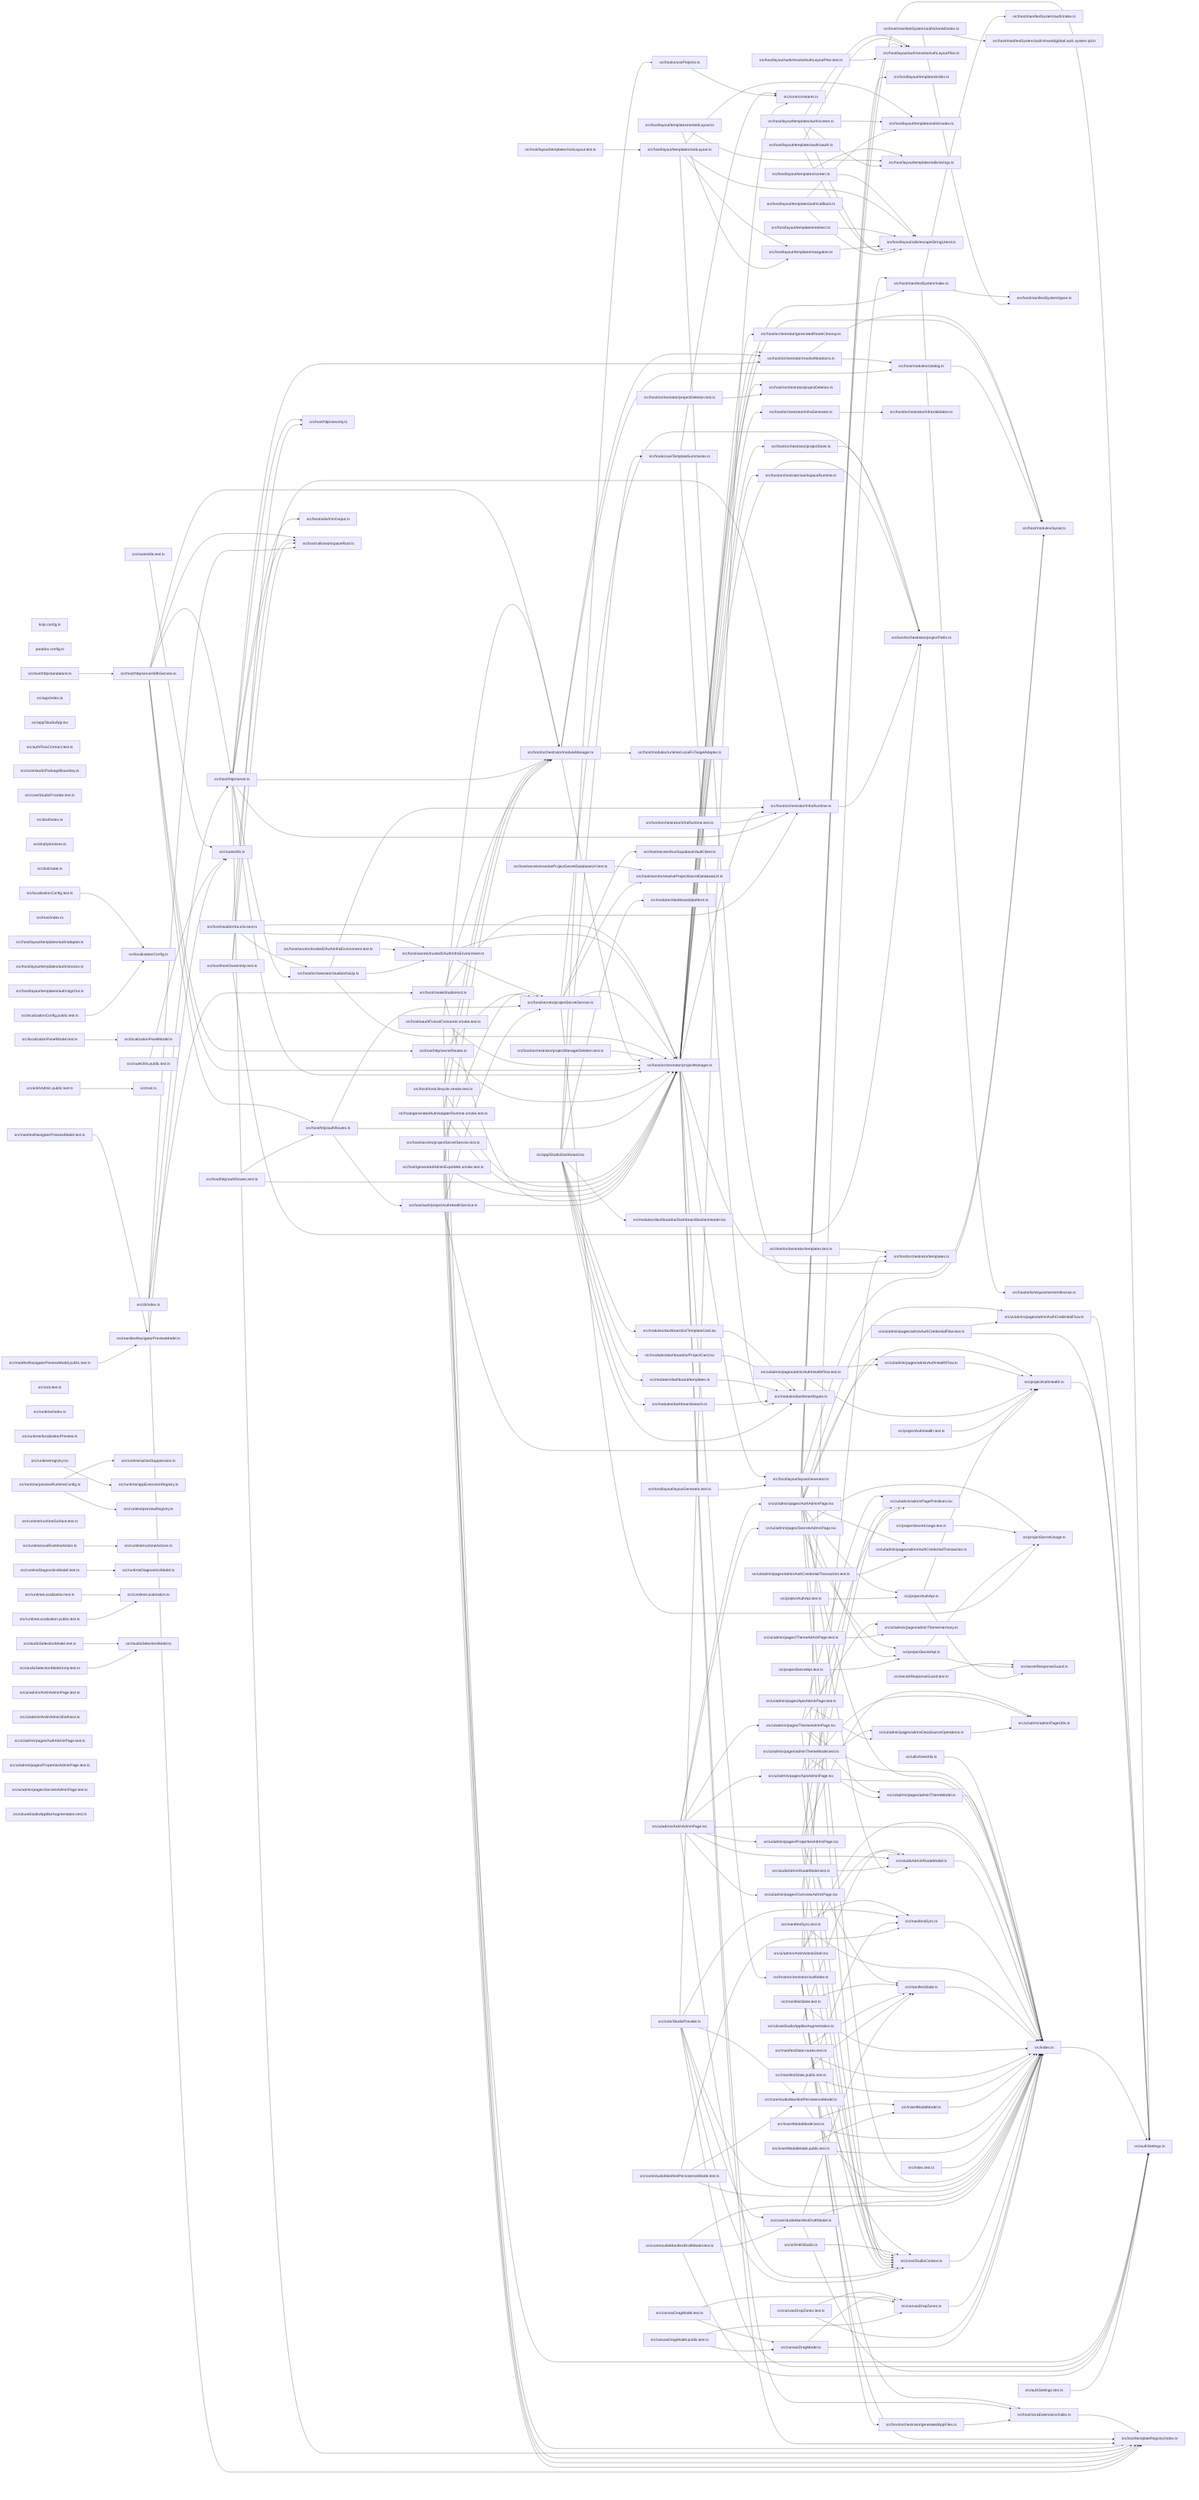
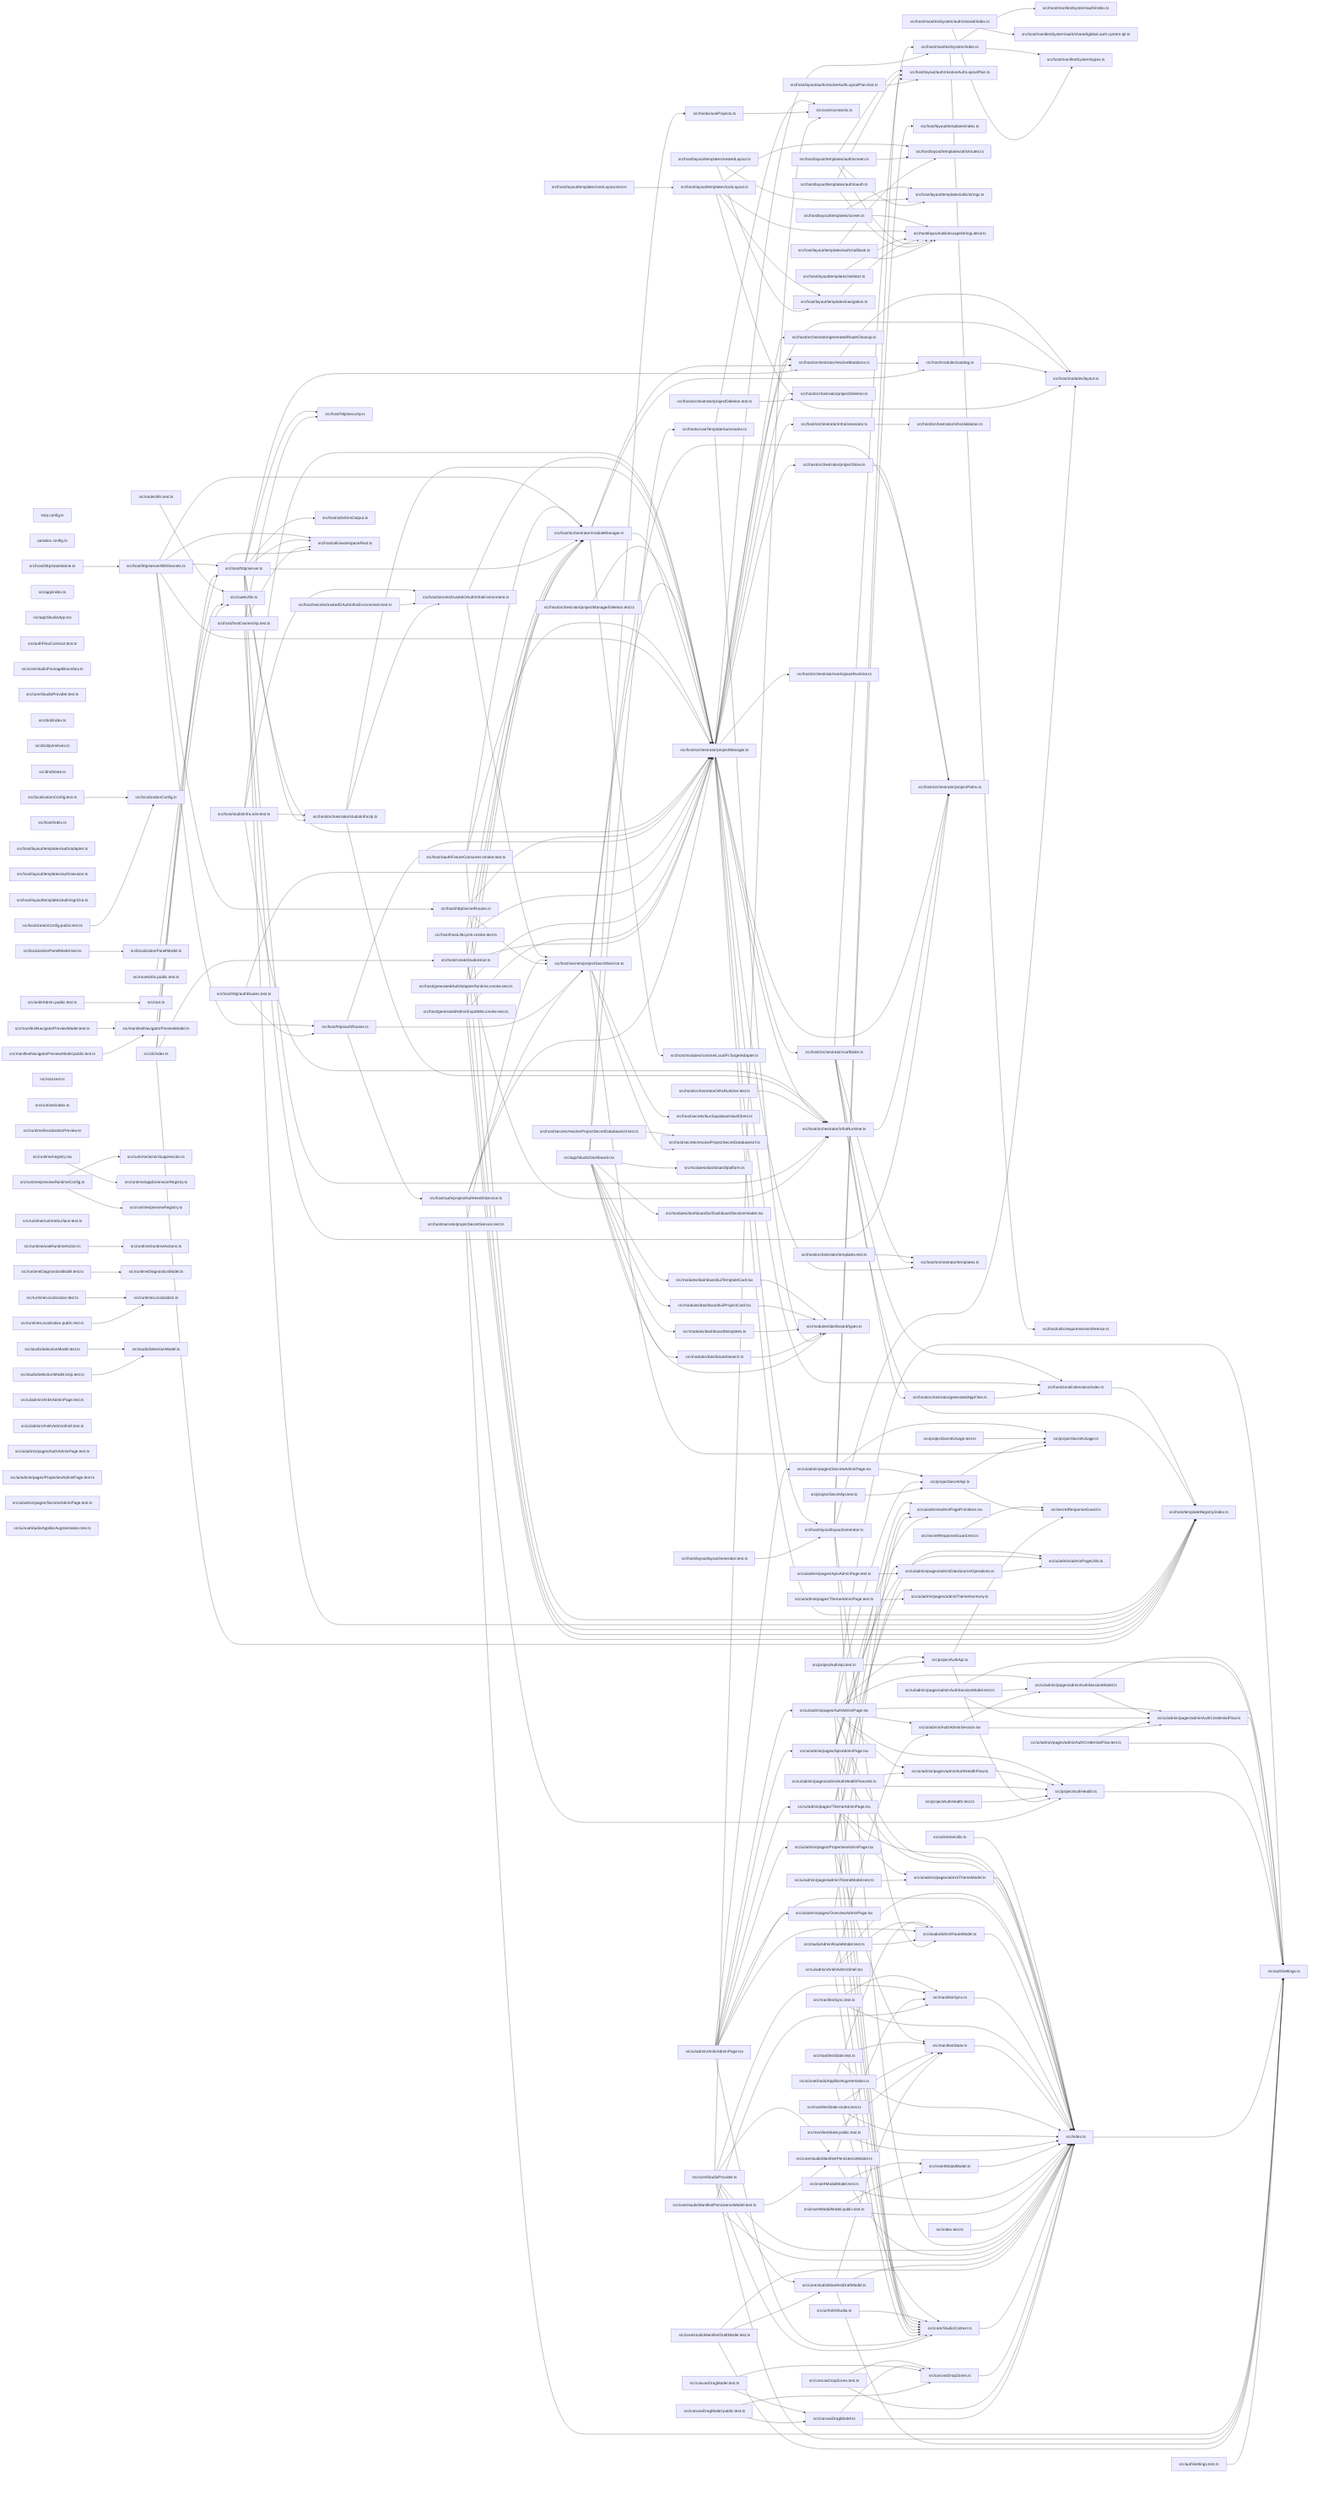
graph LR
  module_knip_config_ts["knip.config.ts"]
  module_paradox_config_ts["paradox.config.ts"]
  module_src_ankhAdmin_public_test_ts["src/ankhAdmin.public.test.ts"]
  module_src_app_index_ts["src/app/index.ts"]
  module_src_app_StudioApp_tsx["src/app/StudioApp.tsx"]
  module_src_app_StudioDashboard_tsx["src/app/StudioDashboard.tsx"]
  module_src_authFlowContract_test_ts["src/authFlowContract.test.ts"]
  module_src_authSettings_test_ts["src/authSettings.test.ts"]
  module_src_authSettings_ts["src/authSettings.ts"]
  module_src_canvasDragModel_public_test_ts["src/canvasDragModel.public.test.ts"]
  module_src_canvasDragModel_test_ts["src/canvasDragModel.test.ts"]
  module_src_canvasDragModel_ts["src/canvasDragModel.ts"]
  module_src_canvasDropZones_test_ts["src/canvasDropZones.test.ts"]
  module_src_canvasDropZones_ts["src/canvasDropZones.ts"]
  module_src_cli_index_ts["src/cli/index.ts"]
  module_src_core_constants_ts["src/core/constants.ts"]
  module_src_core_StudioContext_ts["src/core/StudioContext.ts"]
  module_src_core_studioManifestDraftModel_test_ts["src/core/studioManifestDraftModel.test.ts"]
  module_src_core_studioManifestDraftModel_ts["src/core/studioManifestDraftModel.ts"]
  module_src_core_studioManifestPersistenceModel_test_ts["src/core/studioManifestPersistenceModel.test.ts"]
  module_src_core_studioManifestPersistenceModel_ts["src/core/studioManifestPersistenceModel.ts"]
  module_src_core_studioPackageBoundary_ts["src/core/studioPackageBoundary.ts"]
  module_src_core_StudioProvider_test_ts["src/core/StudioProvider.test.ts"]
  module_src_core_StudioProvider_ts["src/core/StudioProvider.ts"]
  module_src_dnd_index_ts["src/dnd/index.ts"]
  module_src_dnd_primitives_ts["src/dnd/primitives.ts"]
  module_src_dnd_state_ts["src/dnd/state.ts"]
  module_src_hooks_useProjects_ts["src/hooks/useProjects.ts"]
  module_src_hooks_useTemplateSummaries_ts["src/hooks/useTemplateSummaries.ts"]
  module_src_host_auth_projectAuthHealthService_ts["src/host/auth/projectAuthHealthService.ts"]
  module_src_host_createStudioHost_ts["src/host/createStudioHost.ts"]
  module_src_host_generatedAdminExpoWeb_smoke_test_ts["src/host/generatedAdminExpoWeb.smoke.test.ts"]
  module_src_host_generatedAuthAdapterRuntime_smoke_test_ts["src/host/generatedAuthAdapterRuntime.smoke.test.ts"]
  module_src_host_hostLifecycle_smoke_test_ts["src/host/hostLifecycle.smoke.test.ts"]
  module_src_host_hostOwnership_test_ts["src/host/hostOwnership.test.ts"]
  module_src_host_http_authRoutes_test_ts["src/host/http/authRoutes.test.ts"]
  module_src_host_http_authRoutes_ts["src/host/http/authRoutes.ts"]
  module_src_host_http_secretRoutes_ts["src/host/http/secretRoutes.ts"]
  module_src_host_http_security_ts["src/host/http/security.ts"]
  module_src_host_http_server_ts["src/host/http/server.ts"]
  module_src_host_http_serverWithSecrets_ts["src/host/http/serverWithSecrets.ts"]
  module_src_host_http_standalone_ts["src/host/http/standalone.ts"]
  module_src_host_index_ts["src/host/index.ts"]
  module_src_host_layout_auth_resolveAuthLayoutPlan_test_ts["src/host/layout/auth/resolveAuthLayoutPlan.test.ts"]
  module_src_host_layout_auth_resolveAuthLayoutPlan_ts["src/host/layout/auth/resolveAuthLayoutPlan.ts"]
  module_src_host_layout_layoutGenerator_test_ts["src/host/layout/layoutGenerator.test.ts"]
  module_src_host_layout_layoutGenerator_ts["src/host/layout/layoutGenerator.ts"]
  module_src_host_layout_templates_auth_adapter_ts["src/host/layout/templates/auth/adapter.ts"]
  module_src_host_layout_templates_auth_callback_ts["src/host/layout/templates/auth/callback.ts"]
  module_src_host_layout_templates_auth_oauth_ts["src/host/layout/templates/auth/oauth.ts"]
  module_src_host_layout_templates_auth_screen_ts["src/host/layout/templates/auth/screen.ts"]
  module_src_host_layout_templates_auth_session_ts["src/host/layout/templates/auth/session.ts"]
  module_src_host_layout_templates_auth_signOut_ts["src/host/layout/templates/auth/signOut.ts"]
  module_src_host_layout_templates_index_ts["src/host/layout/templates/index.ts"]
  module_src_host_layout_templates_navigation_ts["src/host/layout/templates/navigation.ts"]
  module_src_host_layout_templates_nestedLayout_ts["src/host/layout/templates/nestedLayout.ts"]
  module_src_host_layout_templates_redirect_ts["src/host/layout/templates/redirect.ts"]
  module_src_host_layout_templates_rootLayout_test_ts["src/host/layout/templates/rootLayout.test.ts"]
  module_src_host_layout_templates_rootLayout_ts["src/host/layout/templates/rootLayout.ts"]
  module_src_host_layout_templates_screen_ts["src/host/layout/templates/screen.ts"]
  module_src_host_layout_templates_utils_routes_ts["src/host/layout/templates/utils/routes.ts"]
  module_src_host_layout_templates_utils_strings_ts["src/host/layout/templates/utils/strings.ts"]
  module_src_host_layout_utils_escapeStringLiteral_ts["src/host/layout/utils/escapeStringLiteral.ts"]
  module_src_host_manifestSystem_auth_index_ts["src/host/manifestSystem/auth/index.ts"]
  module_src_host_manifestSystem_auth_shared_global_auth_system_tpl_ts["src/host/manifestSystem/auth/shared/global.auth.system.tpl.ts"]
  module_src_host_manifestSystem_auth_shared_index_ts["src/host/manifestSystem/auth/shared/index.ts"]
  module_src_host_manifestSystem_index_ts["src/host/manifestSystem/index.ts"]
  module_src_host_manifestSystem_types_ts["src/host/manifestSystem/types.ts"]
  module_src_host_modules_catalog_ts["src/host/modules/catalog.ts"]
  module_src_host_modules_layout_ts["src/host/modules/layout.ts"]
  module_src_host_modules_runtime_LocalFsTargetAdapter_ts["src/host/modules/runtime/LocalFsTargetAdapter.ts"]
  module_src_host_oauthFixtureConsumer_smoke_test_ts["src/host/oauthFixtureConsumer.smoke.test.ts"]
  module_src_host_orchestrator_generatedAppFiles_ts["src/host/orchestrator/generatedAppFiles.ts"]
  module_src_host_orchestrator_generatedRouteCleanup_ts["src/host/orchestrator/generatedRouteCleanup.ts"]
  module_src_host_orchestrator_infraGenerator_ts["src/host/orchestrator/infraGenerator.ts"]
  module_src_host_orchestrator_infraRuntime_test_ts["src/host/orchestrator/infraRuntime.test.ts"]
  module_src_host_orchestrator_infraRuntime_ts["src/host/orchestrator/infraRuntime.ts"]
  module_src_host_orchestrator_infraValidation_ts["src/host/orchestrator/infraValidation.ts"]
  module_src_host_orchestrator_moduleManager_ts["src/host/orchestrator/moduleManager.ts"]
  module_src_host_orchestrator_projectDeletion_test_ts["src/host/orchestrator/projectDeletion.test.ts"]
  module_src_host_orchestrator_projectDeletion_ts["src/host/orchestrator/projectDeletion.ts"]
  module_src_host_orchestrator_projectManager_ts["src/host/orchestrator/projectManager.ts"]
  module_src_host_orchestrator_projectManagerDeletion_test_ts["src/host/orchestrator/projectManagerDeletion.test.ts"]
  module_src_host_orchestrator_projectPaths_ts["src/host/orchestrator/projectPaths.ts"]
  module_src_host_orchestrator_projectStore_ts["src/host/orchestrator/projectStore.ts"]
  module_src_host_orchestrator_resolveMutations_ts["src/host/orchestrator/resolveMutations.ts"]
  module_src_host_orchestrator_scaffolder_ts["src/host/orchestrator/scaffolder.ts"]
  module_src_host_orchestrator_studioInfraUp_ts["src/host/orchestrator/studioInfraUp.ts"]
  module_src_host_orchestrator_templates_test_ts["src/host/orchestrator/templates.test.ts"]
  module_src_host_orchestrator_templates_ts["src/host/orchestrator/templates.ts"]
  module_src_host_orchestrator_workspaceRuntime_ts["src/host/orchestrator/workspaceRuntime.ts"]
  module_src_host_secrets_bunSupabaseVaultClient_ts["src/host/secrets/bunSupabaseVaultClient.ts"]
  module_src_host_secrets_projectSecretService_test_ts["src/host/secrets/projectSecretService.test.ts"]
  module_src_host_secrets_projectSecretService_ts["src/host/secrets/projectSecretService.ts"]
  module_src_host_secrets_resolveProjectSecretDatabaseUrl_test_ts["src/host/secrets/resolveProjectSecretDatabaseUrl.test.ts"]
  module_src_host_secrets_resolveProjectSecretDatabaseUrl_ts["src/host/secrets/resolveProjectSecretDatabaseUrl.ts"]
  module_src_host_secrets_trustedOAuthInfraEnvironment_test_ts["src/host/secrets/trustedOAuthInfraEnvironment.test.ts"]
  module_src_host_secrets_trustedOAuthInfraEnvironment_ts["src/host/secrets/trustedOAuthInfraEnvironment.ts"]
  module_src_host_studioInfra_e2e_test_ts["src/host/studioInfra.e2e.test.ts"]
  module_src_host_templateRegistry_index_ts["src/host/templateRegistry/index.ts"]
  module_src_host_utils_requirementsInference_ts["src/host/utils/requirementsInference.ts"]
  module_src_host_utils_trimOutput_ts["src/host/utils/trimOutput.ts"]
  module_src_host_utils_workspaceRoot_ts["src/host/utils/workspaceRoot.ts"]
  module_src_host_zoraExtensions_index_ts["src/host/zoraExtensions/index.ts"]
  module_src_index_test_ts["src/index.test.ts"]
  module_src_index_ts["src/index.ts"]
  module_src_insertModalModel_public_test_ts["src/insertModalModel.public.test.ts"]
  module_src_insertModalModel_test_ts["src/insertModalModel.test.ts"]
  module_src_insertModalModel_ts["src/insertModalModel.ts"]
  module_src_localizationConfig_public_test_ts["src/localizationConfig.public.test.ts"]
  module_src_localizationConfig_test_ts["src/localizationConfig.test.ts"]
  module_src_localizationConfig_ts["src/localizationConfig.ts"]
  module_src_localizationPanelModel_test_ts["src/localizationPanelModel.test.ts"]
  module_src_localizationPanelModel_ts["src/localizationPanelModel.ts"]
  module_src_manifestNavigatorPreviewModel_public_test_ts["src/manifestNavigatorPreviewModel.public.test.ts"]
  module_src_manifestNavigatorPreviewModel_test_ts["src/manifestNavigatorPreviewModel.test.ts"]
  module_src_manifestNavigatorPreviewModel_ts["src/manifestNavigatorPreviewModel.ts"]
  module_src_manifestState_public_test_ts["src/manifestState.public.test.ts"]
  module_src_manifestState_routes_test_ts["src/manifestState.routes.test.ts"]
  module_src_manifestState_test_ts["src/manifestState.test.ts"]
  module_src_manifestState_ts["src/manifestState.ts"]
  module_src_manifestSync_test_ts["src/manifestSync.test.ts"]
  module_src_manifestSync_ts["src/manifestSync.ts"]
  module_src_modules_dashboard_platform_ts["src/modules/dashboard/platform.ts"]
  module_src_modules_dashboard_search_ts["src/modules/dashboard/search.ts"]
  module_src_modules_dashboard_templates_ts["src/modules/dashboard/templates.ts"]
  module_src_modules_dashboard_types_ts["src/modules/dashboard/types.ts"]
  module_src_modules_dashboard_ui_DashboardSectionHeader_tsx["src/modules/dashboard/ui/DashboardSectionHeader.tsx"]
  module_src_modules_dashboard_ui_ProjectCard_tsx["src/modules/dashboard/ui/ProjectCard.tsx"]
  module_src_modules_dashboard_ui_TemplateCard_tsx["src/modules/dashboard/ui/TemplateCard.tsx"]
  module_src_projectAuthApi_test_ts["src/projectAuthApi.test.ts"]
  module_src_projectAuthApi_ts["src/projectAuthApi.ts"]
  module_src_projectAuthHealth_test_ts["src/projectAuthHealth.test.ts"]
  module_src_projectAuthHealth_ts["src/projectAuthHealth.ts"]
  module_src_projectSecretApi_test_ts["src/projectSecretApi.test.ts"]
  module_src_projectSecretApi_ts["src/projectSecretApi.ts"]
  module_src_projectSecretUsage_test_ts["src/projectSecretUsage.test.ts"]
  module_src_projectSecretUsage_ts["src/projectSecretUsage.ts"]
  module_src_root_test_ts["src/root.test.ts"]
  module_src_root_ts["src/root.ts"]
  module_src_routeUtils_public_test_ts["src/routeUtils.public.test.ts"]
  module_src_routeUtils_test_ts["src/routeUtils.test.ts"]
  module_src_routeUtils_ts["src/routeUtils.ts"]
  module_src_runtime_actionSuppression_ts["src/runtime/actionSuppression.ts"]
  module_src_runtime_appExtensionRegistry_ts["src/runtime/appExtensionRegistry.ts"]
  module_src_runtime_index_ts["src/runtime/index.ts"]
  module_src_runtime_localizationPreview_ts["src/runtime/localizationPreview.ts"]
  module_src_runtime_previewRegistry_ts["src/runtime/previewRegistry.ts"]
  module_src_runtime_previewRuntimeConfig_ts["src/runtime/previewRuntimeConfig.ts"]
  module_src_runtime_registry_tsx["src/runtime/registry.tsx"]
  module_src_runtime_runtimeActions_ts["src/runtime/runtimeActions.ts"]
  module_src_runtime_runtimeSurface_test_ts["src/runtime/runtimeSurface.test.ts"]
  module_src_runtime_useRuntimeAction_ts["src/runtime/useRuntimeAction.ts"]
  module_src_runtimeDiagnosticsModel_test_ts["src/runtimeDiagnosticsModel.test.ts"]
  module_src_runtimeDiagnosticsModel_ts["src/runtimeDiagnosticsModel.ts"]
  module_src_runtimeLocalization_public_test_ts["src/runtimeLocalization.public.test.ts"]
  module_src_runtimeLocalization_test_ts["src/runtimeLocalization.test.ts"]
  module_src_runtimeLocalization_ts["src/runtimeLocalization.ts"]
  module_src_secretResponseGuard_test_ts["src/secretResponseGuard.test.ts"]
  module_src_secretResponseGuard_ts["src/secretResponseGuard.ts"]
  module_src_studioAdminRouteModel_test_ts["src/studioAdminRouteModel.test.ts"]
  module_src_studioAdminRouteModel_ts["src/studioAdminRouteModel.ts"]
  module_src_studioSelectionModel_knip_test_ts["src/studioSelectionModel.knip.test.ts"]
  module_src_studioSelectionModel_test_ts["src/studioSelectionModel.test.ts"]
  module_src_studioSelectionModel_ts["src/studioSelectionModel.ts"]
  module_src_ui_admin_adminPagePrimitives_tsx["src/ui/admin/adminPagePrimitives.tsx"]
  module_src_ui_admin_adminPageUtils_ts["src/ui/admin/adminPageUtils.ts"]
  module_src_ui_admin_AnkhAdminPage_test_ts["src/ui/admin/AnkhAdminPage.test.ts"]
  module_src_ui_admin_AnkhAdminPage_tsx["src/ui/admin/AnkhAdminPage.tsx"]
  module_src_ui_admin_AnkhAdminShell_test_ts["src/ui/admin/AnkhAdminShell.test.ts"]
  module_src_ui_admin_AnkhAdminShell_tsx["src/ui/admin/AnkhAdminShell.tsx"]
+   module_src_ui_admin_AuthAdminSession_tsx["src/ui/admin/AuthAdminSession.tsx"]
  module_src_ui_admin_pages_adminAuthCredentialFlow_test_ts["src/ui/admin/pages/adminAuthCredentialFlow.test.ts"]
  module_src_ui_admin_pages_adminAuthCredentialFlow_ts["src/ui/admin/pages/adminAuthCredentialFlow.ts"]
-   module_src_ui_admin_pages_adminAuthCredentialTransaction_test_ts["src/ui/admin/pages/adminAuthCredentialTransaction.test.ts"]
-   module_src_ui_admin_pages_adminAuthCredentialTransaction_ts["src/ui/admin/pages/adminAuthCredentialTransaction.ts"]
  module_src_ui_admin_pages_adminAuthHealthFlow_test_ts["src/ui/admin/pages/adminAuthHealthFlow.test.ts"]
  module_src_ui_admin_pages_adminAuthHealthFlow_ts["src/ui/admin/pages/adminAuthHealthFlow.ts"]
+   module_src_ui_admin_pages_adminAuthSessionModel_test_ts["src/ui/admin/pages/adminAuthSessionModel.test.ts"]
+   module_src_ui_admin_pages_adminAuthSessionModel_ts["src/ui/admin/pages/adminAuthSessionModel.ts"]
  module_src_ui_admin_pages_adminDataSourceOperations_ts["src/ui/admin/pages/adminDataSourceOperations.ts"]
  module_src_ui_admin_pages_adminThemeHarmony_ts["src/ui/admin/pages/adminThemeHarmony.ts"]
  module_src_ui_admin_pages_adminThemeModel_test_ts["src/ui/admin/pages/adminThemeModel.test.ts"]
  module_src_ui_admin_pages_adminThemeModel_ts["src/ui/admin/pages/adminThemeModel.ts"]
  module_src_ui_admin_pages_ApisAdminPage_test_ts["src/ui/admin/pages/ApisAdminPage.test.ts"]
  module_src_ui_admin_pages_ApisAdminPage_tsx["src/ui/admin/pages/ApisAdminPage.tsx"]
  module_src_ui_admin_pages_AuthAdminPage_test_ts["src/ui/admin/pages/AuthAdminPage.test.ts"]
  module_src_ui_admin_pages_AuthAdminPage_tsx["src/ui/admin/pages/AuthAdminPage.tsx"]
  module_src_ui_admin_pages_OverviewAdminPage_tsx["src/ui/admin/pages/OverviewAdminPage.tsx"]
  module_src_ui_admin_pages_PropertiesAdminPage_test_ts["src/ui/admin/pages/PropertiesAdminPage.test.ts"]
  module_src_ui_admin_pages_PropertiesAdminPage_tsx["src/ui/admin/pages/PropertiesAdminPage.tsx"]
  module_src_ui_admin_pages_SecretsAdminPage_test_ts["src/ui/admin/pages/SecretsAdminPage.test.ts"]
  module_src_ui_admin_pages_SecretsAdminPage_tsx["src/ui/admin/pages/SecretsAdminPage.tsx"]
  module_src_ui_admin_pages_ThemeAdminPage_test_ts["src/ui/admin/pages/ThemeAdminPage.test.ts"]
  module_src_ui_admin_pages_ThemeAdminPage_tsx["src/ui/admin/pages/ThemeAdminPage.tsx"]
  module_src_ui_AnkhStudio_ts["src/ui/AnkhStudio.ts"]
  module_src_ui_useStudioAppBarAugmentation_test_ts["src/ui/useStudioAppBarAugmentation.test.ts"]
  module_src_ui_useStudioAppBarAugmentation_ts["src/ui/useStudioAppBarAugmentation.ts"]
  module_src_utils_treeUtils_ts["src/utils/treeUtils.ts"]
  module_src_ankhAdmin_public_test_ts --> module_src_root_ts
  module_src_app_StudioDashboard_tsx --> module_src_hooks_useProjects_ts
  module_src_app_StudioDashboard_tsx --> module_src_hooks_useTemplateSummaries_ts
  module_src_app_StudioDashboard_tsx --> module_src_modules_dashboard_platform_ts
  module_src_app_StudioDashboard_tsx --> module_src_modules_dashboard_search_ts
  module_src_app_StudioDashboard_tsx --> module_src_modules_dashboard_templates_ts
  module_src_app_StudioDashboard_tsx --> module_src_modules_dashboard_types_ts
  module_src_app_StudioDashboard_tsx --> module_src_modules_dashboard_ui_DashboardSectionHeader_tsx
  module_src_app_StudioDashboard_tsx --> module_src_modules_dashboard_ui_ProjectCard_tsx
  module_src_app_StudioDashboard_tsx --> module_src_modules_dashboard_ui_TemplateCard_tsx
  module_src_authSettings_test_ts --> module_src_authSettings_ts
  module_src_canvasDragModel_public_test_ts --> module_src_canvasDragModel_ts
  module_src_canvasDragModel_public_test_ts --> module_src_canvasDropZones_ts
  module_src_canvasDragModel_test_ts --> module_src_canvasDragModel_ts
  module_src_canvasDragModel_test_ts --> module_src_canvasDropZones_ts
  module_src_canvasDragModel_ts --> module_src_canvasDropZones_ts
  module_src_canvasDragModel_ts --> module_src_index_ts
  module_src_canvasDropZones_test_ts --> module_src_canvasDropZones_ts
  module_src_canvasDropZones_test_ts --> module_src_index_ts
  module_src_canvasDropZones_ts --> module_src_index_ts
  module_src_cli_index_ts --> module_src_host_createStudioHost_ts
  module_src_cli_index_ts --> module_src_host_http_server_ts
  module_src_cli_index_ts --> module_src_host_templateRegistry_index_ts
  module_src_cli_index_ts --> module_src_host_utils_workspaceRoot_ts
  module_src_core_StudioContext_ts --> module_src_index_ts
  module_src_core_studioManifestDraftModel_test_ts --> module_src_authSettings_ts
  module_src_core_studioManifestDraftModel_test_ts --> module_src_core_studioManifestDraftModel_ts
  module_src_core_studioManifestDraftModel_test_ts --> module_src_index_ts
  module_src_core_studioManifestDraftModel_ts --> module_src_authSettings_ts
  module_src_core_studioManifestDraftModel_ts --> module_src_index_ts
  module_src_core_studioManifestDraftModel_ts --> module_src_manifestState_ts
  module_src_core_studioManifestPersistenceModel_test_ts --> module_src_core_studioManifestPersistenceModel_ts
  module_src_core_studioManifestPersistenceModel_test_ts --> module_src_index_ts
  module_src_core_studioManifestPersistenceModel_test_ts --> module_src_manifestSync_ts
  module_src_core_studioManifestPersistenceModel_ts --> module_src_index_ts
  module_src_core_studioManifestPersistenceModel_ts --> module_src_manifestSync_ts
  module_src_core_StudioProvider_ts --> module_src_authSettings_ts
  module_src_core_StudioProvider_ts --> module_src_core_constants_ts
  module_src_core_StudioProvider_ts --> module_src_core_StudioContext_ts
  module_src_core_StudioProvider_ts --> module_src_core_studioManifestDraftModel_ts
  module_src_core_StudioProvider_ts --> module_src_core_studioManifestPersistenceModel_ts
  module_src_core_StudioProvider_ts --> module_src_index_ts
  module_src_core_StudioProvider_ts --> module_src_manifestSync_ts
  module_src_hooks_useProjects_ts --> module_src_core_constants_ts
  module_src_hooks_useTemplateSummaries_ts --> module_src_core_constants_ts
  module_src_hooks_useTemplateSummaries_ts --> module_src_modules_dashboard_types_ts
  module_src_host_auth_projectAuthHealthService_ts --> module_src_host_orchestrator_projectManager_ts
  module_src_host_auth_projectAuthHealthService_ts --> module_src_host_secrets_projectSecretService_ts
  module_src_host_auth_projectAuthHealthService_ts --> module_src_projectAuthHealth_ts
  module_src_host_createStudioHost_ts --> module_src_host_orchestrator_infraRuntime_ts
  module_src_host_createStudioHost_ts --> module_src_host_orchestrator_moduleManager_ts
  module_src_host_createStudioHost_ts --> module_src_host_orchestrator_projectManager_ts
  module_src_host_generatedAdminExpoWeb_smoke_test_ts --> module_src_host_orchestrator_moduleManager_ts
  module_src_host_generatedAdminExpoWeb_smoke_test_ts --> module_src_host_orchestrator_projectManager_ts
  module_src_host_generatedAdminExpoWeb_smoke_test_ts --> module_src_host_templateRegistry_index_ts
  module_src_host_generatedAuthAdapterRuntime_smoke_test_ts --> module_src_host_orchestrator_moduleManager_ts
  module_src_host_generatedAuthAdapterRuntime_smoke_test_ts --> module_src_host_orchestrator_projectManager_ts
  module_src_host_generatedAuthAdapterRuntime_smoke_test_ts --> module_src_host_templateRegistry_index_ts
  module_src_host_hostLifecycle_smoke_test_ts --> module_src_host_orchestrator_moduleManager_ts
  module_src_host_hostLifecycle_smoke_test_ts --> module_src_host_orchestrator_projectManager_ts
  module_src_host_hostLifecycle_smoke_test_ts --> module_src_host_templateRegistry_index_ts
  module_src_host_hostOwnership_test_ts --> module_src_host_http_security_ts
  module_src_host_hostOwnership_test_ts --> module_src_host_orchestrator_projectPaths_ts
  module_src_host_hostOwnership_test_ts --> module_src_host_utils_workspaceRoot_ts
  module_src_host_http_authRoutes_test_ts --> module_src_host_http_authRoutes_ts
  module_src_host_http_authRoutes_test_ts --> module_src_host_orchestrator_projectManager_ts
  module_src_host_http_authRoutes_ts --> module_src_host_auth_projectAuthHealthService_ts
  module_src_host_http_authRoutes_ts --> module_src_host_orchestrator_projectManager_ts
  module_src_host_http_authRoutes_ts --> module_src_host_secrets_projectSecretService_ts
  module_src_host_http_secretRoutes_ts --> module_src_host_orchestrator_projectManager_ts
  module_src_host_http_secretRoutes_ts --> module_src_host_secrets_projectSecretService_ts
  module_src_host_http_server_ts --> module_src_host_http_security_ts
  module_src_host_http_server_ts --> module_src_host_orchestrator_infraRuntime_ts
  module_src_host_http_server_ts --> module_src_host_orchestrator_moduleManager_ts
  module_src_host_http_server_ts --> module_src_host_orchestrator_projectManager_ts
  module_src_host_http_server_ts --> module_src_host_orchestrator_resolveMutations_ts
  module_src_host_http_server_ts --> module_src_host_orchestrator_studioInfraUp_ts
  module_src_host_http_server_ts --> module_src_host_templateRegistry_index_ts
  module_src_host_http_server_ts --> module_src_host_utils_trimOutput_ts
  module_src_host_http_server_ts --> module_src_host_utils_workspaceRoot_ts
  module_src_host_http_serverWithSecrets_ts --> module_src_host_http_authRoutes_ts
  module_src_host_http_serverWithSecrets_ts --> module_src_host_http_secretRoutes_ts
  module_src_host_http_serverWithSecrets_ts --> module_src_host_http_server_ts
  module_src_host_http_serverWithSecrets_ts --> module_src_host_orchestrator_moduleManager_ts
  module_src_host_http_serverWithSecrets_ts --> module_src_host_orchestrator_projectManager_ts
  module_src_host_http_serverWithSecrets_ts --> module_src_host_utils_workspaceRoot_ts
  module_src_host_http_standalone_ts --> module_src_host_http_serverWithSecrets_ts
  module_src_host_layout_auth_resolveAuthLayoutPlan_test_ts --> module_src_host_layout_auth_resolveAuthLayoutPlan_ts
  module_src_host_layout_layoutGenerator_test_ts --> module_src_host_layout_layoutGenerator_ts
  module_src_host_layout_layoutGenerator_ts --> module_src_host_layout_auth_resolveAuthLayoutPlan_ts
  module_src_host_layout_layoutGenerator_ts --> module_src_host_layout_templates_index_ts
  module_src_host_layout_layoutGenerator_ts --> module_src_host_modules_layout_ts
  module_src_host_layout_layoutGenerator_ts --> module_src_index_ts
  module_src_host_layout_layoutGenerator_ts --> module_src_studioAdminRouteModel_ts
  module_src_host_layout_templates_auth_callback_ts --> module_src_host_layout_templates_utils_routes_ts
  module_src_host_layout_templates_auth_callback_ts --> module_src_host_layout_utils_escapeStringLiteral_ts
  module_src_host_layout_templates_auth_oauth_ts --> module_src_host_layout_auth_resolveAuthLayoutPlan_ts
  module_src_host_layout_templates_auth_oauth_ts --> module_src_host_layout_utils_escapeStringLiteral_ts
  module_src_host_layout_templates_auth_screen_ts --> module_src_host_layout_auth_resolveAuthLayoutPlan_ts
  module_src_host_layout_templates_auth_screen_ts --> module_src_host_layout_templates_utils_routes_ts
  module_src_host_layout_templates_auth_screen_ts --> module_src_host_layout_templates_utils_strings_ts
  module_src_host_layout_templates_auth_screen_ts --> module_src_host_layout_utils_escapeStringLiteral_ts
  module_src_host_layout_templates_navigation_ts --> module_src_host_layout_utils_escapeStringLiteral_ts
  module_src_host_layout_templates_nestedLayout_ts --> module_src_host_layout_templates_navigation_ts
  module_src_host_layout_templates_nestedLayout_ts --> module_src_host_layout_templates_utils_strings_ts
  module_src_host_layout_templates_redirect_ts --> module_src_host_layout_utils_escapeStringLiteral_ts
  module_src_host_layout_templates_rootLayout_test_ts --> module_src_host_layout_templates_rootLayout_ts
  module_src_host_layout_templates_rootLayout_ts --> module_src_host_layout_templates_navigation_ts
  module_src_host_layout_templates_rootLayout_ts --> module_src_host_layout_templates_utils_routes_ts
  module_src_host_layout_templates_rootLayout_ts --> module_src_host_layout_utils_escapeStringLiteral_ts
  module_src_host_layout_templates_rootLayout_ts --> module_src_host_modules_layout_ts
  module_src_host_layout_templates_screen_ts --> module_src_host_layout_templates_utils_strings_ts
  module_src_host_layout_templates_screen_ts --> module_src_host_layout_utils_escapeStringLiteral_ts
  module_src_host_manifestSystem_auth_shared_index_ts --> module_src_host_manifestSystem_auth_shared_global_auth_system_tpl_ts
  module_src_host_manifestSystem_auth_shared_index_ts --> module_src_host_manifestSystem_types_ts
  module_src_host_manifestSystem_index_ts --> module_src_host_manifestSystem_auth_index_ts
  module_src_host_manifestSystem_index_ts --> module_src_host_manifestSystem_types_ts
  module_src_host_manifestSystem_index_ts --> module_src_host_utils_requirementsInference_ts
  module_src_host_modules_catalog_ts --> module_src_host_modules_layout_ts
  module_src_host_oauthFixtureConsumer_smoke_test_ts --> module_src_host_orchestrator_moduleManager_ts
  module_src_host_oauthFixtureConsumer_smoke_test_ts --> module_src_host_orchestrator_projectManager_ts
  module_src_host_oauthFixtureConsumer_smoke_test_ts --> module_src_host_templateRegistry_index_ts
  module_src_host_orchestrator_generatedAppFiles_ts --> module_src_host_zoraExtensions_index_ts
  module_src_host_orchestrator_infraGenerator_ts --> module_src_host_orchestrator_infraValidation_ts
  module_src_host_orchestrator_infraRuntime_test_ts --> module_src_host_orchestrator_infraRuntime_ts
  module_src_host_orchestrator_infraRuntime_ts --> module_src_host_orchestrator_projectPaths_ts
  module_src_host_orchestrator_moduleManager_ts --> module_src_host_modules_catalog_ts
  module_src_host_orchestrator_moduleManager_ts --> module_src_host_modules_runtime_LocalFsTargetAdapter_ts
  module_src_host_orchestrator_moduleManager_ts --> module_src_host_orchestrator_projectManager_ts
  module_src_host_orchestrator_moduleManager_ts --> module_src_host_orchestrator_resolveMutations_ts
  module_src_host_orchestrator_projectDeletion_test_ts --> module_src_host_orchestrator_projectDeletion_ts
  module_src_host_orchestrator_projectManager_ts --> module_src_host_layout_layoutGenerator_ts
  module_src_host_orchestrator_projectManager_ts --> module_src_host_manifestSystem_index_ts
  module_src_host_orchestrator_projectManager_ts --> module_src_host_modules_layout_ts
  module_src_host_orchestrator_projectManager_ts --> module_src_host_orchestrator_generatedRouteCleanup_ts
  module_src_host_orchestrator_projectManager_ts --> module_src_host_orchestrator_infraGenerator_ts
  module_src_host_orchestrator_projectManager_ts --> module_src_host_orchestrator_infraRuntime_ts
  module_src_host_orchestrator_projectManager_ts --> module_src_host_orchestrator_projectDeletion_ts
  module_src_host_orchestrator_projectManager_ts --> module_src_host_orchestrator_projectPaths_ts
  module_src_host_orchestrator_projectManager_ts --> module_src_host_orchestrator_projectStore_ts
  module_src_host_orchestrator_projectManager_ts --> module_src_host_orchestrator_resolveMutations_ts
  module_src_host_orchestrator_projectManager_ts --> module_src_host_orchestrator_scaffolder_ts
  module_src_host_orchestrator_projectManager_ts --> module_src_host_orchestrator_templates_ts
  module_src_host_orchestrator_projectManager_ts --> module_src_host_orchestrator_workspaceRuntime_ts
  module_src_host_orchestrator_projectManager_ts --> module_src_host_templateRegistry_index_ts
  module_src_host_orchestrator_projectManager_ts --> module_src_host_zoraExtensions_index_ts
  module_src_host_orchestrator_projectManagerDeletion_test_ts --> module_src_host_orchestrator_projectManager_ts
  module_src_host_orchestrator_projectStore_ts --> module_src_host_orchestrator_projectPaths_ts
  module_src_host_orchestrator_resolveMutations_ts --> module_src_host_modules_catalog_ts
  module_src_host_orchestrator_resolveMutations_ts --> module_src_host_modules_layout_ts
  module_src_host_orchestrator_scaffolder_ts --> module_src_host_manifestSystem_index_ts
  module_src_host_orchestrator_scaffolder_ts --> module_src_host_orchestrator_generatedAppFiles_ts
  module_src_host_orchestrator_scaffolder_ts --> module_src_host_orchestrator_templates_ts
  module_src_host_orchestrator_scaffolder_ts --> module_src_host_templateRegistry_index_ts
  module_src_host_orchestrator_scaffolder_ts --> module_src_host_zoraExtensions_index_ts
  module_src_host_orchestrator_studioInfraUp_ts --> module_src_host_orchestrator_infraRuntime_ts
  module_src_host_orchestrator_studioInfraUp_ts --> module_src_host_orchestrator_projectManager_ts
  module_src_host_orchestrator_studioInfraUp_ts --> module_src_host_secrets_trustedOAuthInfraEnvironment_ts
  module_src_host_orchestrator_templates_test_ts --> module_src_host_orchestrator_templates_ts
  module_src_host_secrets_projectSecretService_test_ts --> module_src_authSettings_ts
  module_src_host_secrets_projectSecretService_test_ts --> module_src_host_secrets_projectSecretService_ts
  module_src_host_secrets_projectSecretService_ts --> module_src_host_orchestrator_projectManager_ts
  module_src_host_secrets_projectSecretService_ts --> module_src_host_orchestrator_projectPaths_ts
  module_src_host_secrets_projectSecretService_ts --> module_src_host_secrets_bunSupabaseVaultClient_ts
  module_src_host_secrets_projectSecretService_ts --> module_src_host_secrets_resolveProjectSecretDatabaseUrl_ts
  module_src_host_secrets_projectSecretService_ts --> module_src_projectSecretUsage_ts
  module_src_host_secrets_resolveProjectSecretDatabaseUrl_test_ts --> module_src_host_secrets_resolveProjectSecretDatabaseUrl_ts
  module_src_host_secrets_trustedOAuthInfraEnvironment_test_ts --> module_src_host_secrets_trustedOAuthInfraEnvironment_ts
  module_src_host_secrets_trustedOAuthInfraEnvironment_ts --> module_src_host_orchestrator_projectManager_ts
  module_src_host_secrets_trustedOAuthInfraEnvironment_ts --> module_src_host_secrets_projectSecretService_ts
  module_src_host_studioInfra_e2e_test_ts --> module_src_host_orchestrator_infraRuntime_ts
  module_src_host_studioInfra_e2e_test_ts --> module_src_host_orchestrator_projectManager_ts
  module_src_host_studioInfra_e2e_test_ts --> module_src_host_orchestrator_studioInfraUp_ts
  module_src_host_studioInfra_e2e_test_ts --> module_src_host_secrets_trustedOAuthInfraEnvironment_ts
  module_src_host_zoraExtensions_index_ts --> module_src_host_templateRegistry_index_ts
  module_src_index_test_ts --> module_src_index_ts
  module_src_index_ts --> module_src_authSettings_ts
  module_src_insertModalModel_public_test_ts --> module_src_index_ts
  module_src_insertModalModel_public_test_ts --> module_src_insertModalModel_ts
  module_src_insertModalModel_test_ts --> module_src_index_ts
  module_src_insertModalModel_test_ts --> module_src_insertModalModel_ts
  module_src_insertModalModel_ts --> module_src_index_ts
  module_src_localizationConfig_public_test_ts --> module_src_localizationConfig_ts
  module_src_localizationConfig_test_ts --> module_src_localizationConfig_ts
  module_src_localizationPanelModel_test_ts --> module_src_localizationPanelModel_ts
  module_src_manifestNavigatorPreviewModel_public_test_ts --> module_src_manifestNavigatorPreviewModel_ts
  module_src_manifestNavigatorPreviewModel_test_ts --> module_src_manifestNavigatorPreviewModel_ts
  module_src_manifestNavigatorPreviewModel_ts --> module_src_routeUtils_ts
  module_src_manifestState_public_test_ts --> module_src_index_ts
  module_src_manifestState_public_test_ts --> module_src_manifestState_ts
  module_src_manifestState_routes_test_ts --> module_src_index_ts
  module_src_manifestState_routes_test_ts --> module_src_manifestState_ts
  module_src_manifestState_test_ts --> module_src_index_ts
  module_src_manifestState_test_ts --> module_src_manifestState_ts
  module_src_manifestState_ts --> module_src_index_ts
  module_src_manifestSync_test_ts --> module_src_index_ts
  module_src_manifestSync_test_ts --> module_src_manifestSync_ts
  module_src_manifestSync_ts --> module_src_index_ts
  module_src_modules_dashboard_search_ts --> module_src_modules_dashboard_types_ts
  module_src_modules_dashboard_templates_ts --> module_src_modules_dashboard_types_ts
  module_src_modules_dashboard_ui_ProjectCard_tsx --> module_src_modules_dashboard_types_ts
  module_src_modules_dashboard_ui_TemplateCard_tsx --> module_src_modules_dashboard_types_ts
  module_src_projectAuthApi_test_ts --> module_src_projectAuthApi_ts
  module_src_projectAuthApi_ts --> module_src_projectAuthHealth_ts
  module_src_projectAuthApi_ts --> module_src_secretResponseGuard_ts
  module_src_projectAuthHealth_test_ts --> module_src_projectAuthHealth_ts
  module_src_projectAuthHealth_ts --> module_src_authSettings_ts
  module_src_projectSecretApi_test_ts --> module_src_projectSecretApi_ts
  module_src_projectSecretApi_ts --> module_src_projectSecretUsage_ts
  module_src_projectSecretApi_ts --> module_src_secretResponseGuard_ts
  module_src_projectSecretUsage_test_ts --> module_src_projectSecretUsage_ts
  module_src_routeUtils_public_test_ts --> module_src_routeUtils_ts
  module_src_routeUtils_test_ts --> module_src_routeUtils_ts
  module_src_runtime_previewRuntimeConfig_ts --> module_src_runtime_actionSuppression_ts
  module_src_runtime_previewRuntimeConfig_ts --> module_src_runtime_previewRegistry_ts
  module_src_runtime_registry_tsx --> module_src_runtime_appExtensionRegistry_ts
  module_src_runtime_useRuntimeAction_ts --> module_src_runtime_runtimeActions_ts
  module_src_runtimeDiagnosticsModel_test_ts --> module_src_runtimeDiagnosticsModel_ts
  module_src_runtimeLocalization_public_test_ts --> module_src_runtimeLocalization_ts
  module_src_runtimeLocalization_test_ts --> module_src_runtimeLocalization_ts
  module_src_secretResponseGuard_test_ts --> module_src_secretResponseGuard_ts
  module_src_studioAdminRouteModel_test_ts --> module_src_studioAdminRouteModel_ts
  module_src_studioAdminRouteModel_ts --> module_src_index_ts
  module_src_studioSelectionModel_knip_test_ts --> module_src_studioSelectionModel_ts
  module_src_studioSelectionModel_test_ts --> module_src_studioSelectionModel_ts
  module_src_ui_admin_AnkhAdminPage_tsx --> module_src_core_StudioContext_ts
  module_src_ui_admin_AnkhAdminPage_tsx --> module_src_index_ts
  module_src_ui_admin_AnkhAdminPage_tsx --> module_src_studioAdminRouteModel_ts
  module_src_ui_admin_AnkhAdminPage_tsx --> module_src_ui_admin_pages_ApisAdminPage_tsx
  module_src_ui_admin_AnkhAdminPage_tsx --> module_src_ui_admin_pages_AuthAdminPage_tsx
  module_src_ui_admin_AnkhAdminPage_tsx --> module_src_ui_admin_pages_OverviewAdminPage_tsx
  module_src_ui_admin_AnkhAdminPage_tsx --> module_src_ui_admin_pages_PropertiesAdminPage_tsx
  module_src_ui_admin_AnkhAdminPage_tsx --> module_src_ui_admin_pages_SecretsAdminPage_tsx
  module_src_ui_admin_AnkhAdminPage_tsx --> module_src_ui_admin_pages_ThemeAdminPage_tsx
  module_src_ui_admin_AnkhAdminShell_tsx --> module_src_core_StudioContext_ts
  module_src_ui_admin_AnkhAdminShell_tsx --> module_src_index_ts
  module_src_ui_admin_AnkhAdminShell_tsx --> module_src_studioAdminRouteModel_ts
+   module_src_ui_admin_AnkhAdminShell_tsx --> module_src_ui_admin_AuthAdminSession_tsx
+   module_src_ui_admin_AuthAdminSession_tsx --> module_src_ui_admin_pages_adminAuthCredentialFlow_ts
+   module_src_ui_admin_AuthAdminSession_tsx --> module_src_ui_admin_pages_adminAuthSessionModel_ts
  module_src_ui_admin_pages_adminAuthCredentialFlow_test_ts --> module_src_authSettings_ts
  module_src_ui_admin_pages_adminAuthCredentialFlow_test_ts --> module_src_ui_admin_pages_adminAuthCredentialFlow_ts
  module_src_ui_admin_pages_adminAuthCredentialFlow_ts --> module_src_authSettings_ts
-   module_src_ui_admin_pages_adminAuthCredentialTransaction_test_ts --> module_src_ui_admin_pages_adminAuthCredentialTransaction_ts
  module_src_ui_admin_pages_adminAuthHealthFlow_test_ts --> module_src_projectAuthHealth_ts
  module_src_ui_admin_pages_adminAuthHealthFlow_test_ts --> module_src_ui_admin_pages_adminAuthHealthFlow_ts
  module_src_ui_admin_pages_adminAuthHealthFlow_ts --> module_src_projectAuthHealth_ts
+   module_src_ui_admin_pages_adminAuthSessionModel_test_ts --> module_src_authSettings_ts
+   module_src_ui_admin_pages_adminAuthSessionModel_test_ts --> module_src_ui_admin_pages_adminAuthCredentialFlow_ts
+   module_src_ui_admin_pages_adminAuthSessionModel_test_ts --> module_src_ui_admin_pages_adminAuthSessionModel_ts
+   module_src_ui_admin_pages_adminAuthSessionModel_ts --> module_src_authSettings_ts
+   module_src_ui_admin_pages_adminAuthSessionModel_ts --> module_src_ui_admin_pages_adminAuthCredentialFlow_ts
  module_src_ui_admin_pages_adminDataSourceOperations_ts --> module_src_ui_admin_adminPageUtils_ts
  module_src_ui_admin_pages_adminThemeModel_test_ts --> module_src_ui_admin_pages_adminThemeModel_ts
  module_src_ui_admin_pages_adminThemeModel_ts --> module_src_index_ts
  module_src_ui_admin_pages_ApisAdminPage_test_ts --> module_src_ui_admin_pages_adminDataSourceOperations_ts
  module_src_ui_admin_pages_ApisAdminPage_tsx --> module_src_core_StudioContext_ts
  module_src_ui_admin_pages_ApisAdminPage_tsx --> module_src_index_ts
  module_src_ui_admin_pages_ApisAdminPage_tsx --> module_src_ui_admin_adminPagePrimitives_tsx
  module_src_ui_admin_pages_ApisAdminPage_tsx --> module_src_ui_admin_adminPageUtils_ts
  module_src_ui_admin_pages_ApisAdminPage_tsx --> module_src_ui_admin_pages_adminDataSourceOperations_ts
  module_src_ui_admin_pages_AuthAdminPage_tsx --> module_src_authSettings_ts
  module_src_ui_admin_pages_AuthAdminPage_tsx --> module_src_core_StudioContext_ts
  module_src_ui_admin_pages_AuthAdminPage_tsx --> module_src_index_ts
  module_src_ui_admin_pages_AuthAdminPage_tsx --> module_src_projectAuthApi_ts
  module_src_ui_admin_pages_AuthAdminPage_tsx --> module_src_projectAuthHealth_ts
  module_src_ui_admin_pages_AuthAdminPage_tsx --> module_src_projectSecretApi_ts
+   module_src_ui_admin_pages_AuthAdminPage_tsx --> module_src_ui_admin_AuthAdminSession_tsx
  module_src_ui_admin_pages_AuthAdminPage_tsx --> module_src_ui_admin_pages_adminAuthCredentialFlow_ts
-   module_src_ui_admin_pages_AuthAdminPage_tsx --> module_src_ui_admin_pages_adminAuthCredentialTransaction_ts
  module_src_ui_admin_pages_AuthAdminPage_tsx --> module_src_ui_admin_pages_adminAuthHealthFlow_ts
+   module_src_ui_admin_pages_AuthAdminPage_tsx --> module_src_ui_admin_pages_adminAuthSessionModel_ts
  module_src_ui_admin_pages_OverviewAdminPage_tsx --> module_src_core_StudioContext_ts
  module_src_ui_admin_pages_OverviewAdminPage_tsx --> module_src_ui_admin_adminPagePrimitives_tsx
  module_src_ui_admin_pages_PropertiesAdminPage_tsx --> module_src_core_StudioContext_ts
  module_src_ui_admin_pages_PropertiesAdminPage_tsx --> module_src_manifestState_ts
  module_src_ui_admin_pages_PropertiesAdminPage_tsx --> module_src_ui_admin_adminPagePrimitives_tsx
  module_src_ui_admin_pages_PropertiesAdminPage_tsx --> module_src_ui_admin_adminPageUtils_ts
  module_src_ui_admin_pages_SecretsAdminPage_tsx --> module_src_projectSecretApi_ts
  module_src_ui_admin_pages_SecretsAdminPage_tsx --> module_src_projectSecretUsage_ts
  module_src_ui_admin_pages_ThemeAdminPage_test_ts --> module_src_ui_admin_pages_adminThemeHarmony_ts
  module_src_ui_admin_pages_ThemeAdminPage_tsx --> module_src_core_StudioContext_ts
  module_src_ui_admin_pages_ThemeAdminPage_tsx --> module_src_index_ts
  module_src_ui_admin_pages_ThemeAdminPage_tsx --> module_src_ui_admin_adminPagePrimitives_tsx
  module_src_ui_admin_pages_ThemeAdminPage_tsx --> module_src_ui_admin_pages_adminThemeHarmony_ts
  module_src_ui_admin_pages_ThemeAdminPage_tsx --> module_src_ui_admin_pages_adminThemeModel_ts
  module_src_ui_AnkhStudio_ts --> module_src_core_StudioContext_ts
  module_src_ui_useStudioAppBarAugmentation_ts --> module_src_core_StudioContext_ts
  module_src_ui_useStudioAppBarAugmentation_ts --> module_src_studioAdminRouteModel_ts
  module_src_utils_treeUtils_ts --> module_src_index_ts
